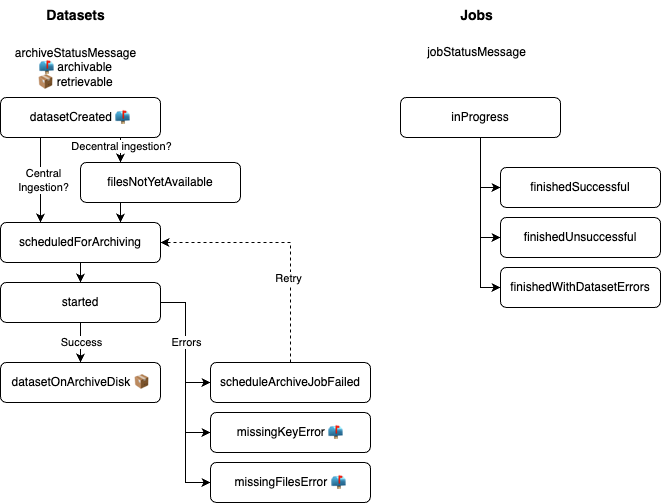
Earlier version of the draw.io export docs/status lifecycle.drawio.png (SwissOpenEM/openem-docs). Source tidied: cells renumbered, new cells last; positions are measured from the earlier drawing's top-left corner, leaving out a move shared by most shapes. Its diagram source:
```xml
<mxGraphModel background="#ffffff">
  <root>
    <mxCell id="0" />
    <mxCell id="1" parent="0" />
    <mxCell id="2" style="edgeStyle=orthogonalEdgeStyle;rounded=0;jettySize=auto;html=1;exitX=0.5;exitY=1;exitDx=0;exitDy=0;" parent="1" edge="1" source="3" target="8">
      <mxGeometry relative="1" as="geometry" />
    </mxCell>
    <mxCell id="3" value="&lt;span class=&quot;segment-value ng-star-inserted&quot;&gt;scheduledForArchiving&lt;/span&gt;" style="rounded=1;whiteSpace=wrap;html=1;fontSize=12;glass=0;strokeWidth=1;shadow=0;" parent="1" vertex="1">
      <mxGeometry y="222" width="160" height="40" as="geometry" />
    </mxCell>
    <mxCell id="4" style="edgeStyle=orthogonalEdgeStyle;rounded=0;jettySize=auto;html=1;exitX=0.5;exitY=1;exitDx=0;exitDy=0;" parent="1" edge="1" source="8" target="9">
      <mxGeometry relative="1" as="geometry" />
    </mxCell>
    <mxCell id="5" value="Success" style="edgeLabel;html=1;align=center;verticalAlign=middle;" parent="4" vertex="1">
      <mxGeometry x="-0.05" relative="1" as="geometry" />
    </mxCell>
    <mxCell id="6" style="edgeStyle=orthogonalEdgeStyle;rounded=0;jettySize=auto;html=1;exitX=1;exitY=0.5;exitDx=0;exitDy=0;entryX=0;entryY=0.5;entryDx=0;entryDy=0;" parent="1" edge="1" source="8" target="19">
      <mxGeometry relative="1" as="geometry" />
    </mxCell>
    <mxCell id="7" style="edgeStyle=orthogonalEdgeStyle;rounded=0;jettySize=auto;html=1;exitX=1;exitY=0.5;exitDx=0;exitDy=0;entryX=0;entryY=0.5;entryDx=0;entryDy=0;" parent="1" edge="1" source="8" target="20">
      <mxGeometry relative="1" as="geometry" />
    </mxCell>
    <mxCell id="8" value="&lt;span class=&quot;segment-value ng-star-inserted&quot;&gt;started&lt;/span&gt;" style="rounded=1;whiteSpace=wrap;html=1;fontSize=12;glass=0;strokeWidth=1;shadow=0;" parent="1" vertex="1">
      <mxGeometry y="282" width="160" height="40" as="geometry" />
    </mxCell>
    <mxCell id="9" value="&lt;span class=&quot;segment-value ng-star-inserted&quot;&gt;datasetOnArchiveDisk&amp;nbsp;&lt;/span&gt;&lt;span style=&quot;text-wrap: nowrap;&quot;&gt;📦&lt;/span&gt;" style="rounded=1;whiteSpace=wrap;html=1;fontSize=12;glass=0;strokeWidth=1;shadow=0;" parent="1" vertex="1">
      <mxGeometry y="362" width="160" height="40" as="geometry" />
    </mxCell>
    <mxCell id="10" style="edgeStyle=orthogonalEdgeStyle;rounded=0;jettySize=auto;html=1;exitX=0.5;exitY=0;exitDx=0;exitDy=0;entryX=1;entryY=0.5;entryDx=0;entryDy=0;dashed=1;" parent="1" edge="1" source="12" target="3">
      <mxGeometry relative="1" as="geometry" />
    </mxCell>
    <mxCell id="11" value="Retry" style="edgeLabel;html=1;align=center;verticalAlign=middle;" parent="10" vertex="1">
      <mxGeometry x="-0.32" y="3" relative="1" as="geometry" />
    </mxCell>
    <mxCell id="12" value="&lt;span class=&quot;segment-value ng-star-inserted&quot;&gt;scheduleArchiveJobFailed&lt;/span&gt;" style="rounded=1;whiteSpace=wrap;html=1;fontSize=12;glass=0;strokeWidth=1;shadow=0;" parent="1" vertex="1">
      <mxGeometry x="210" y="362" width="160" height="40" as="geometry" />
    </mxCell>
    <mxCell id="13" value="archiveStatusMessage&lt;div&gt;📫 archivable&lt;/div&gt;&lt;div&gt;📦 retrievable&lt;/div&gt;" style="text;html=1;align=center;verticalAlign=middle;strokeColor=none;fillColor=none;" parent="1" vertex="1">
      <mxGeometry x="5" y="37" width="140" height="60" as="geometry" />
    </mxCell>
    <mxCell id="14" style="edgeStyle=orthogonalEdgeStyle;rounded=0;jettySize=auto;html=1;exitX=0.75;exitY=1;exitDx=0;exitDy=0;entryX=0.25;entryY=0;entryDx=0;entryDy=0;" parent="1" edge="1" source="18" target="30">
      <mxGeometry relative="1" as="geometry" />
    </mxCell>
    <mxCell id="15" value="Decentral ingestion?" style="edgeLabel;html=1;align=center;verticalAlign=middle;" parent="14" vertex="1">
      <mxGeometry x="-0.36" relative="1" as="geometry" />
    </mxCell>
    <mxCell id="16" style="edgeStyle=orthogonalEdgeStyle;rounded=0;jettySize=auto;html=1;exitX=0.25;exitY=1;exitDx=0;exitDy=0;entryX=0.25;entryY=0;entryDx=0;entryDy=0;" parent="1" edge="1" source="18" target="3">
      <mxGeometry relative="1" as="geometry" />
    </mxCell>
    <mxCell id="17" value="Central&lt;div&gt;Ingestion?&lt;/div&gt;" style="edgeLabel;html=1;align=center;verticalAlign=middle;" parent="16" vertex="1">
      <mxGeometry x="-0.01" y="2" relative="1" as="geometry" />
    </mxCell>
    <mxCell id="18" value="&lt;span class=&quot;segment-value ng-star-inserted&quot;&gt;datasetCreated&amp;nbsp;&lt;/span&gt;&lt;span style=&quot;text-wrap: nowrap;&quot;&gt;📫&lt;/span&gt;" style="rounded=1;whiteSpace=wrap;html=1;fontSize=12;glass=0;strokeWidth=1;shadow=0;" parent="1" vertex="1">
      <mxGeometry y="97" width="160" height="40" as="geometry" />
    </mxCell>
    <mxCell id="19" value="&lt;span class=&quot;segment-value ng-star-inserted&quot;&gt;&lt;span style=&quot;text-wrap: nowrap;&quot;&gt;missingKeyError 📫&lt;/span&gt;&lt;/span&gt;" style="rounded=1;whiteSpace=wrap;html=1;fontSize=12;glass=0;strokeWidth=1;shadow=0;" parent="1" vertex="1">
      <mxGeometry x="210" y="412" width="160" height="40" as="geometry" />
    </mxCell>
    <mxCell id="20" value="&lt;span class=&quot;segment-value ng-star-inserted&quot;&gt;&lt;span style=&quot;text-wrap: nowrap;&quot;&gt;missingFilesError 📫&lt;/span&gt;&lt;/span&gt;" style="rounded=1;whiteSpace=wrap;html=1;fontSize=12;glass=0;strokeWidth=1;shadow=0;" parent="1" vertex="1">
      <mxGeometry x="210" y="462" width="160" height="40" as="geometry" />
    </mxCell>
    <mxCell id="21" value="&lt;span class=&quot;segment-value ng-star-inserted&quot;&gt;finishedUnsuccessful&lt;/span&gt;" style="rounded=1;whiteSpace=wrap;html=1;fontSize=12;glass=0;strokeWidth=1;shadow=0;" parent="1" vertex="1">
      <mxGeometry x="500" y="217" width="160" height="40" as="geometry" />
    </mxCell>
    <mxCell id="22" value="&lt;span class=&quot;segment-value ng-star-inserted&quot;&gt;finishedSuccessful&lt;/span&gt;" style="rounded=1;whiteSpace=wrap;html=1;fontSize=12;glass=0;strokeWidth=1;shadow=0;" parent="1" vertex="1">
      <mxGeometry x="500" y="167" width="160" height="40" as="geometry" />
    </mxCell>
    <mxCell id="23" style="edgeStyle=orthogonalEdgeStyle;rounded=0;jettySize=auto;html=1;exitX=0.5;exitY=1;exitDx=0;exitDy=0;entryX=0;entryY=0.5;entryDx=0;entryDy=0;" parent="1" edge="1" source="26" target="22">
      <mxGeometry relative="1" as="geometry" />
    </mxCell>
    <mxCell id="24" style="edgeStyle=orthogonalEdgeStyle;rounded=0;jettySize=auto;html=1;exitX=0.5;exitY=1;exitDx=0;exitDy=0;entryX=0;entryY=0.5;entryDx=0;entryDy=0;" parent="1" edge="1" source="26" target="21">
      <mxGeometry relative="1" as="geometry" />
    </mxCell>
    <mxCell id="25" style="edgeStyle=orthogonalEdgeStyle;rounded=0;jettySize=auto;html=1;exitX=0.5;exitY=1;exitDx=0;exitDy=0;entryX=0;entryY=0.5;entryDx=0;entryDy=0;" parent="1" edge="1" source="26" target="28">
      <mxGeometry relative="1" as="geometry" />
    </mxCell>
    <mxCell id="26" value="&lt;span class=&quot;segment-value ng-star-inserted&quot;&gt;inProgress&lt;/span&gt;" style="rounded=1;whiteSpace=wrap;html=1;fontSize=12;glass=0;strokeWidth=1;shadow=0;" parent="1" vertex="1">
      <mxGeometry x="400" y="97" width="160" height="40" as="geometry" />
    </mxCell>
    <mxCell id="27" value="jobStatusMessage" style="text;html=1;align=center;verticalAlign=middle;strokeColor=none;fillColor=none;" parent="1" vertex="1">
      <mxGeometry x="416" y="37" width="120" height="30" as="geometry" />
    </mxCell>
    <mxCell id="28" value="&lt;span class=&quot;segment-value ng-star-inserted&quot;&gt;finishedWithDatasetErrors&lt;/span&gt;" style="rounded=1;whiteSpace=wrap;html=1;fontSize=12;glass=0;strokeWidth=1;shadow=0;" parent="1" vertex="1">
      <mxGeometry x="500" y="267" width="160" height="40" as="geometry" />
    </mxCell>
    <mxCell id="29" style="edgeStyle=orthogonalEdgeStyle;rounded=0;jettySize=auto;html=1;exitX=0.25;exitY=1;exitDx=0;exitDy=0;entryX=0.75;entryY=0;entryDx=0;entryDy=0;" parent="1" edge="1" source="30" target="3">
      <mxGeometry relative="1" as="geometry" />
    </mxCell>
    <mxCell id="30" value="&lt;span class=&quot;segment-value ng-star-inserted&quot;&gt;filesNotYetAvailable&lt;/span&gt;" style="rounded=1;whiteSpace=wrap;html=1;fontSize=12;glass=0;strokeWidth=1;shadow=0;" parent="1" vertex="1">
      <mxGeometry x="80" y="162" width="160" height="40" as="geometry" />
    </mxCell>
    <mxCell id="31" style="edgeStyle=orthogonalEdgeStyle;rounded=0;jettySize=auto;html=1;exitX=1;exitY=0.5;exitDx=0;exitDy=0;entryX=0;entryY=0.5;entryDx=0;entryDy=0;" parent="1" edge="1" source="8" target="12">
      <mxGeometry relative="1" as="geometry" />
    </mxCell>
    <mxCell id="32" value="Errors" style="edgeLabel;html=1;align=center;verticalAlign=middle;" parent="31" vertex="1">
      <mxGeometry x="-0.02" relative="1" as="geometry" />
    </mxCell>
    <mxCell id="33" value="&lt;b&gt;&lt;font style=&quot;font-size: 14px;&quot;&gt;Datasets&lt;/font&gt;&lt;/b&gt;" style="text;html=1;align=center;verticalAlign=middle;strokeColor=none;fillColor=none;" parent="1" vertex="1">
      <mxGeometry x="35" width="80" height="30" as="geometry" />
    </mxCell>
    <mxCell id="34" value="&lt;b&gt;&lt;font style=&quot;font-size: 14px;&quot;&gt;Jobs&lt;/font&gt;&lt;/b&gt;" style="text;html=1;align=center;verticalAlign=middle;strokeColor=none;fillColor=none;" parent="1" vertex="1">
      <mxGeometry x="446" width="60" height="30" as="geometry" />
    </mxCell>
  </root>
</mxGraphModel>
```
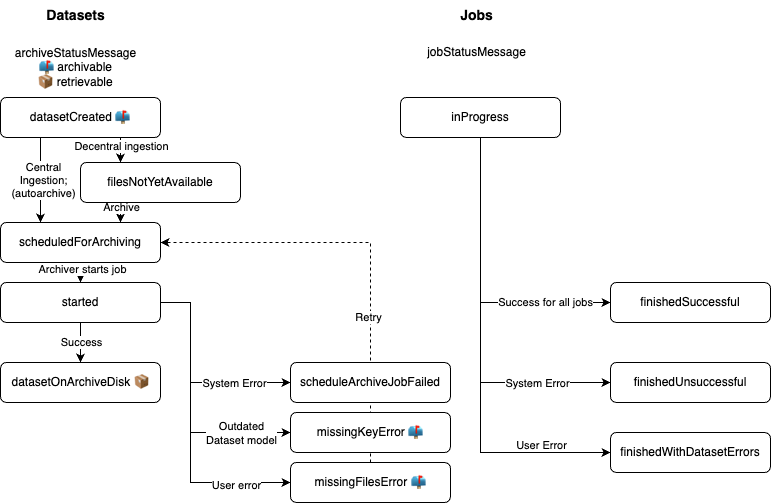
The same diagram one commit later.

Commit message:
Update status lifecycle

What changed in the source:
```diff
@@ -5,6 +5,9 @@
     <mxCell id="2" style="edgeStyle=orthogonalEdgeStyle;rounded=0;jettySize=auto;html=1;exitX=0.5;exitY=1;exitDx=0;exitDy=0;" parent="1" edge="1" source="3" target="8">
       <mxGeometry relative="1" as="geometry" />
     </mxCell>
+    <mxCell id="35" value="Archiver starts job" style="edgeLabel;html=1;align=center;verticalAlign=middle;" parent="2" vertex="1">
+      <mxGeometry x="0.53" y="1" relative="1" as="geometry" />
+    </mxCell>
     <mxCell id="3" value="&lt;span class=&quot;segment-value ng-star-inserted&quot;&gt;scheduledForArchiving&lt;/span&gt;" style="rounded=1;whiteSpace=wrap;html=1;fontSize=12;glass=0;strokeWidth=1;shadow=0;" parent="1" vertex="1">
       <mxGeometry y="222" width="160" height="40" as="geometry" />
     </mxCell>
@@ -15,25 +18,43 @@
       <mxGeometry x="-0.05" relative="1" as="geometry" />
     </mxCell>
     <mxCell id="6" style="edgeStyle=orthogonalEdgeStyle;rounded=0;jettySize=auto;html=1;exitX=1;exitY=0.5;exitDx=0;exitDy=0;entryX=0;entryY=0.5;entryDx=0;entryDy=0;" parent="1" edge="1" source="8" target="19">
-      <mxGeometry relative="1" as="geometry" />
+      <mxGeometry relative="1" as="geometry">
+        <Array as="points">
+          <mxPoint x="190" y="302" />
+          <mxPoint x="190" y="432" />
+        </Array>
+      </mxGeometry>
     </mxCell>
+    <mxCell id="36" value="Outdated&lt;div&gt;Dataset model&lt;/div&gt;" style="edgeLabel;html=1;align=center;verticalAlign=middle;" parent="6" vertex="1">
+      <mxGeometry x="0.52" y="2" relative="1" as="geometry">
+        <mxPoint x="13" y="2" as="offset" />
+      </mxGeometry>
+    </mxCell>
     <mxCell id="7" style="edgeStyle=orthogonalEdgeStyle;rounded=0;jettySize=auto;html=1;exitX=1;exitY=0.5;exitDx=0;exitDy=0;entryX=0;entryY=0.5;entryDx=0;entryDy=0;" parent="1" edge="1" source="8" target="20">
-      <mxGeometry relative="1" as="geometry" />
+      <mxGeometry relative="1" as="geometry">
+        <Array as="points">
+          <mxPoint x="190" y="302" />
+          <mxPoint x="190" y="482" />
+        </Array>
+      </mxGeometry>
     </mxCell>
+    <mxCell id="37" value="User error" style="edgeLabel;html=1;align=center;verticalAlign=middle;" parent="7" vertex="1">
+      <mxGeometry x="0.65" y="-2" relative="1" as="geometry" />
+    </mxCell>
     <mxCell id="8" value="&lt;span class=&quot;segment-value ng-star-inserted&quot;&gt;started&lt;/span&gt;" style="rounded=1;whiteSpace=wrap;html=1;fontSize=12;glass=0;strokeWidth=1;shadow=0;" parent="1" vertex="1">
       <mxGeometry y="282" width="160" height="40" as="geometry" />
     </mxCell>
     <mxCell id="9" value="&lt;span class=&quot;segment-value ng-star-inserted&quot;&gt;datasetOnArchiveDisk&amp;nbsp;&lt;/span&gt;&lt;span style=&quot;text-wrap: nowrap;&quot;&gt;📦&lt;/span&gt;" style="rounded=1;whiteSpace=wrap;html=1;fontSize=12;glass=0;strokeWidth=1;shadow=0;" parent="1" vertex="1">
       <mxGeometry y="362" width="160" height="40" as="geometry" />
     </mxCell>
-    <mxCell id="10" style="edgeStyle=orthogonalEdgeStyle;rounded=0;jettySize=auto;html=1;exitX=0.5;exitY=0;exitDx=0;exitDy=0;entryX=1;entryY=0.5;entryDx=0;entryDy=0;dashed=1;" parent="1" edge="1" source="12" target="3">
+    <mxCell id="10" style="edgeStyle=orthogonalEdgeStyle;rounded=0;jettySize=auto;html=1;exitX=0.5;exitY=0;exitDx=0;exitDy=0;entryX=1;entryY=0.5;entryDx=0;entryDy=0;dashed=1;" parent="1" edge="1" source="20" target="3">
       <mxGeometry relative="1" as="geometry" />
     </mxCell>
     <mxCell id="11" value="Retry" style="edgeLabel;html=1;align=center;verticalAlign=middle;" parent="10" vertex="1">
       <mxGeometry x="-0.32" y="3" relative="1" as="geometry" />
     </mxCell>
     <mxCell id="12" value="&lt;span class=&quot;segment-value ng-star-inserted&quot;&gt;scheduleArchiveJobFailed&lt;/span&gt;" style="rounded=1;whiteSpace=wrap;html=1;fontSize=12;glass=0;strokeWidth=1;shadow=0;" parent="1" vertex="1">
-      <mxGeometry x="210" y="362" width="160" height="40" as="geometry" />
+      <mxGeometry x="290" y="362" width="160" height="40" as="geometry" />
     </mxCell>
     <mxCell id="13" value="archiveStatusMessage&lt;div&gt;📫 archivable&lt;/div&gt;&lt;div&gt;📦 retrievable&lt;/div&gt;" style="text;html=1;align=center;verticalAlign=middle;strokeColor=none;fillColor=none;" parent="1" vertex="1">
       <mxGeometry x="5" y="37" width="140" height="60" as="geometry" />
@@ -41,39 +62,52 @@
     <mxCell id="14" style="edgeStyle=orthogonalEdgeStyle;rounded=0;jettySize=auto;html=1;exitX=0.75;exitY=1;exitDx=0;exitDy=0;entryX=0.25;entryY=0;entryDx=0;entryDy=0;" parent="1" edge="1" source="18" target="30">
       <mxGeometry relative="1" as="geometry" />
     </mxCell>
-    <mxCell id="15" value="Decentral ingestion?" style="edgeLabel;html=1;align=center;verticalAlign=middle;" parent="14" vertex="1">
+    <mxCell id="15" value="Decentral ingestion" style="edgeLabel;html=1;align=center;verticalAlign=middle;" parent="14" vertex="1">
       <mxGeometry x="-0.36" relative="1" as="geometry" />
     </mxCell>
     <mxCell id="16" style="edgeStyle=orthogonalEdgeStyle;rounded=0;jettySize=auto;html=1;exitX=0.25;exitY=1;exitDx=0;exitDy=0;entryX=0.25;entryY=0;entryDx=0;entryDy=0;" parent="1" edge="1" source="18" target="3">
       <mxGeometry relative="1" as="geometry" />
     </mxCell>
-    <mxCell id="17" value="Central&lt;div&gt;Ingestion?&lt;/div&gt;" style="edgeLabel;html=1;align=center;verticalAlign=middle;" parent="16" vertex="1">
+    <mxCell id="17" value="Central&lt;div&gt;Ingestion;&lt;br&gt;(autoarchive)&lt;/div&gt;" style="edgeLabel;html=1;align=center;verticalAlign=middle;" parent="16" vertex="1">
       <mxGeometry x="-0.01" y="2" relative="1" as="geometry" />
     </mxCell>
     <mxCell id="18" value="&lt;span class=&quot;segment-value ng-star-inserted&quot;&gt;datasetCreated&amp;nbsp;&lt;/span&gt;&lt;span style=&quot;text-wrap: nowrap;&quot;&gt;📫&lt;/span&gt;" style="rounded=1;whiteSpace=wrap;html=1;fontSize=12;glass=0;strokeWidth=1;shadow=0;" parent="1" vertex="1">
       <mxGeometry y="97" width="160" height="40" as="geometry" />
     </mxCell>
     <mxCell id="19" value="&lt;span class=&quot;segment-value ng-star-inserted&quot;&gt;&lt;span style=&quot;text-wrap: nowrap;&quot;&gt;missingKeyError 📫&lt;/span&gt;&lt;/span&gt;" style="rounded=1;whiteSpace=wrap;html=1;fontSize=12;glass=0;strokeWidth=1;shadow=0;" parent="1" vertex="1">
-      <mxGeometry x="210" y="412" width="160" height="40" as="geometry" />
+      <mxGeometry x="290" y="412" width="160" height="40" as="geometry" />
     </mxCell>
     <mxCell id="20" value="&lt;span class=&quot;segment-value ng-star-inserted&quot;&gt;&lt;span style=&quot;text-wrap: nowrap;&quot;&gt;missingFilesError 📫&lt;/span&gt;&lt;/span&gt;" style="rounded=1;whiteSpace=wrap;html=1;fontSize=12;glass=0;strokeWidth=1;shadow=0;" parent="1" vertex="1">
-      <mxGeometry x="210" y="462" width="160" height="40" as="geometry" />
+      <mxGeometry x="290" y="462" width="160" height="40" as="geometry" />
     </mxCell>
     <mxCell id="21" value="&lt;span class=&quot;segment-value ng-star-inserted&quot;&gt;finishedUnsuccessful&lt;/span&gt;" style="rounded=1;whiteSpace=wrap;html=1;fontSize=12;glass=0;strokeWidth=1;shadow=0;" parent="1" vertex="1">
-      <mxGeometry x="500" y="217" width="160" height="40" as="geometry" />
+      <mxGeometry x="610" y="362" width="160" height="40" as="geometry" />
     </mxCell>
     <mxCell id="22" value="&lt;span class=&quot;segment-value ng-star-inserted&quot;&gt;finishedSuccessful&lt;/span&gt;" style="rounded=1;whiteSpace=wrap;html=1;fontSize=12;glass=0;strokeWidth=1;shadow=0;" parent="1" vertex="1">
-      <mxGeometry x="500" y="167" width="160" height="40" as="geometry" />
+      <mxGeometry x="610" y="282" width="160" height="40" as="geometry" />
     </mxCell>
     <mxCell id="23" style="edgeStyle=orthogonalEdgeStyle;rounded=0;jettySize=auto;html=1;exitX=0.5;exitY=1;exitDx=0;exitDy=0;entryX=0;entryY=0.5;entryDx=0;entryDy=0;" parent="1" edge="1" source="26" target="22">
       <mxGeometry relative="1" as="geometry" />
     </mxCell>
+    <mxCell id="38" value="Success for all jobs" style="edgeLabel;html=1;align=center;verticalAlign=middle;" parent="23" vertex="1">
+      <mxGeometry x="0.55" y="1" relative="1" as="geometry" />
+    </mxCell>
     <mxCell id="24" style="edgeStyle=orthogonalEdgeStyle;rounded=0;jettySize=auto;html=1;exitX=0.5;exitY=1;exitDx=0;exitDy=0;entryX=0;entryY=0.5;entryDx=0;entryDy=0;" parent="1" edge="1" source="26" target="21">
       <mxGeometry relative="1" as="geometry" />
     </mxCell>
+    <mxCell id="39" value="System Error" style="edgeLabel;html=1;align=center;verticalAlign=middle;" parent="24" vertex="1">
+      <mxGeometry x="0.29" y="-2" relative="1" as="geometry">
+        <mxPoint x="58" y="4" as="offset" />
+      </mxGeometry>
+    </mxCell>
     <mxCell id="25" style="edgeStyle=orthogonalEdgeStyle;rounded=0;jettySize=auto;html=1;exitX=0.5;exitY=1;exitDx=0;exitDy=0;entryX=0;entryY=0.5;entryDx=0;entryDy=0;" parent="1" edge="1" source="26" target="28">
       <mxGeometry relative="1" as="geometry" />
     </mxCell>
+    <mxCell id="40" value="User Error" style="edgeLabel;html=1;align=center;verticalAlign=middle;" parent="25" vertex="1">
+      <mxGeometry x="0.32" y="2" relative="1" as="geometry">
+        <mxPoint x="58" y="14" as="offset" />
+      </mxGeometry>
+    </mxCell>
     <mxCell id="26" value="&lt;span class=&quot;segment-value ng-star-inserted&quot;&gt;inProgress&lt;/span&gt;" style="rounded=1;whiteSpace=wrap;html=1;fontSize=12;glass=0;strokeWidth=1;shadow=0;" parent="1" vertex="1">
       <mxGeometry x="400" y="97" width="160" height="40" as="geometry" />
     </mxCell>
@@ -81,20 +115,28 @@
       <mxGeometry x="416" y="37" width="120" height="30" as="geometry" />
     </mxCell>
     <mxCell id="28" value="&lt;span class=&quot;segment-value ng-star-inserted&quot;&gt;finishedWithDatasetErrors&lt;/span&gt;" style="rounded=1;whiteSpace=wrap;html=1;fontSize=12;glass=0;strokeWidth=1;shadow=0;" parent="1" vertex="1">
-      <mxGeometry x="500" y="267" width="160" height="40" as="geometry" />
+      <mxGeometry x="610" y="432" width="160" height="40" as="geometry" />
     </mxCell>
     <mxCell id="29" style="edgeStyle=orthogonalEdgeStyle;rounded=0;jettySize=auto;html=1;exitX=0.25;exitY=1;exitDx=0;exitDy=0;entryX=0.75;entryY=0;entryDx=0;entryDy=0;" parent="1" edge="1" source="30" target="3">
       <mxGeometry relative="1" as="geometry" />
     </mxCell>
+    <mxCell id="41" value="Archive" style="edgeLabel;html=1;align=center;verticalAlign=middle;" parent="29" vertex="1">
+      <mxGeometry x="-0.6" relative="1" as="geometry" />
+    </mxCell>
     <mxCell id="30" value="&lt;span class=&quot;segment-value ng-star-inserted&quot;&gt;filesNotYetAvailable&lt;/span&gt;" style="rounded=1;whiteSpace=wrap;html=1;fontSize=12;glass=0;strokeWidth=1;shadow=0;" parent="1" vertex="1">
       <mxGeometry x="80" y="162" width="160" height="40" as="geometry" />
     </mxCell>
     <mxCell id="31" style="edgeStyle=orthogonalEdgeStyle;rounded=0;jettySize=auto;html=1;exitX=1;exitY=0.5;exitDx=0;exitDy=0;entryX=0;entryY=0.5;entryDx=0;entryDy=0;" parent="1" edge="1" source="8" target="12">
-      <mxGeometry relative="1" as="geometry" />
+      <mxGeometry relative="1" as="geometry">
+        <Array as="points">
+          <mxPoint x="190" y="302" />
+          <mxPoint x="190" y="382" />
+        </Array>
+      </mxGeometry>
     </mxCell>
-    <mxCell id="32" value="Errors" style="edgeLabel;html=1;align=center;verticalAlign=middle;" parent="31" vertex="1">
-      <mxGeometry x="-0.02" relative="1" as="geometry" />
-    </mxCell>
+    <mxCell id="42" value="System Error" style="edgeLabel;html=1;align=center;verticalAlign=middle;" parent="31" vertex="1">
+      <mxGeometry x="0.45" relative="1" as="geometry" />
+    </mxCell>
     <mxCell id="33" value="&lt;b&gt;&lt;font style=&quot;font-size: 14px;&quot;&gt;Datasets&lt;/font&gt;&lt;/b&gt;" style="text;html=1;align=center;verticalAlign=middle;strokeColor=none;fillColor=none;" parent="1" vertex="1">
       <mxGeometry x="35" width="80" height="30" as="geometry" />
     </mxCell>
```
